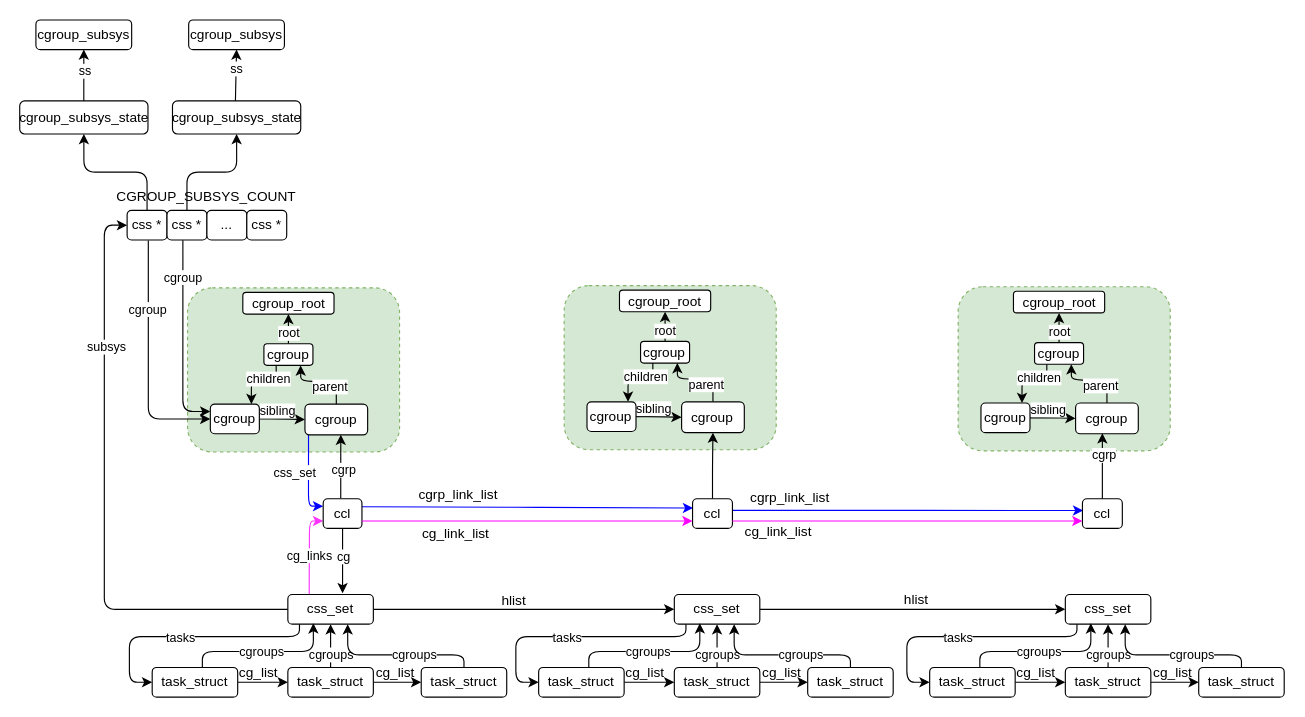
Earlier version of the draw.io diagram cgroup.drawio (jasonactions/graph). Source tidied: cells renumbered, new cells numbered last; positions are measured from the earlier drawing's top-left corner, leaving out a move shared by most shapes. Both pictures are drawn from the tidied source at 114%, with x=0, y=0 at pixel (19, 19).
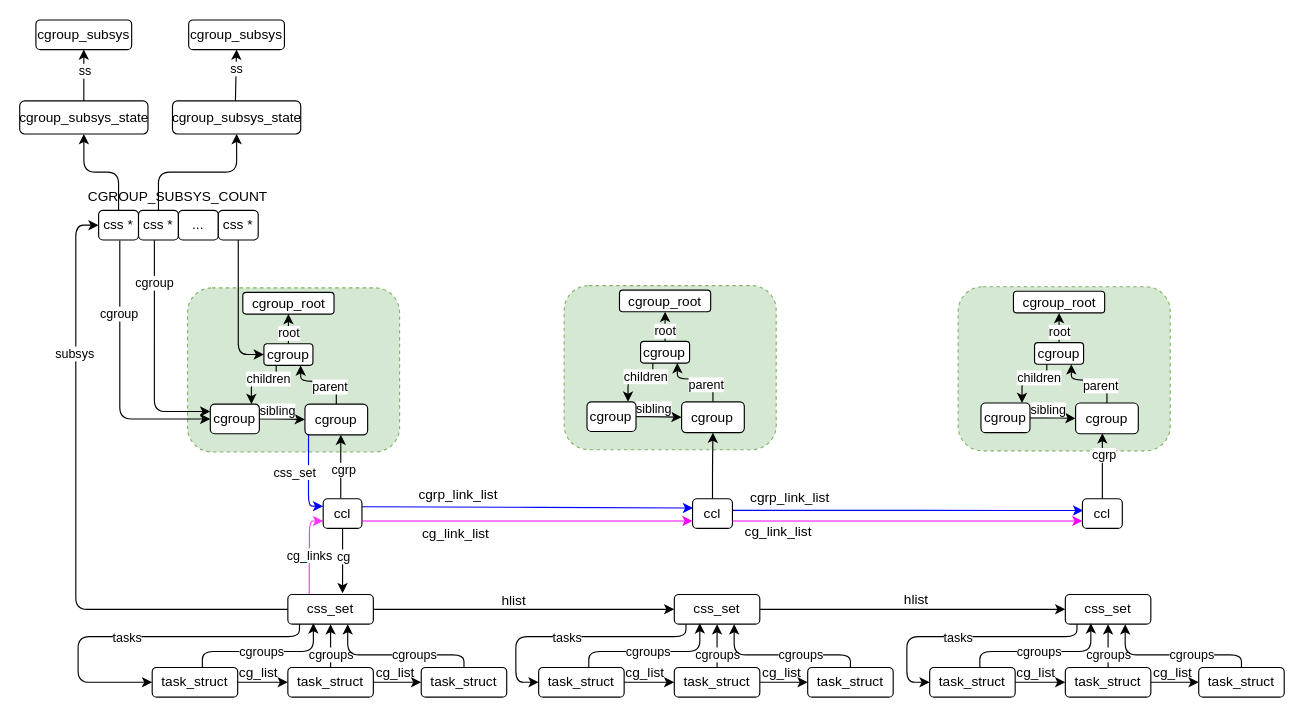
The same diagram, later.

The change refers to these unchanged cells:
```xml
<mxCell id="5" value="task_struct" style="rounded=1;whiteSpace=wrap;html=1;" parent="1" vertex="1">
  <mxGeometry x="116" y="568" width="75" height="26" as="geometry" />
</mxCell>
<mxCell id="17" value="css_set" style="rounded=1;whiteSpace=wrap;html=1;" parent="1" vertex="1">
  <mxGeometry x="235" y="504" width="75" height="26" as="geometry" />
</mxCell>
<mxCell id="40" value="cgroup" style="rounded=1;whiteSpace=wrap;html=1;" parent="1" vertex="1">
  <mxGeometry x="167" y="337" width="43" height="26" as="geometry" />
</mxCell>
<mxCell id="45" value="cgroup" style="rounded=1;whiteSpace=wrap;html=1;" parent="1" vertex="1">
  <mxGeometry x="214" y="284" width="43" height="19" as="geometry" />
</mxCell>
```

Change to the diagram source:
```diff
@@
     <mxCell id="11" style="edgeStyle=orthogonalEdgeStyle;rounded=1;jettySize=auto;html=1;entryX=0;entryY=0.5;entryDx=0;entryDy=0;exitX=0.136;exitY=0.975;exitDx=0;exitDy=0;exitPerimeter=0;" parent="1" edge="1" source="17" target="5">
       <mxGeometry relative="1" as="geometry">
         <Array as="points">
           <mxPoint x="245" y="541" />
-          <mxPoint x="96" y="541" />
-          <mxPoint x="96" y="581" />
+          <mxPoint x="51" y="541" />
+          <mxPoint x="51" y="581" />
         </Array>
       </mxGeometry>
     </mxCell>
@@
     <mxCell id="24" style="edgeStyle=orthogonalEdgeStyle;rounded=1;jettySize=auto;html=1;entryX=0;entryY=0.5;entryDx=0;entryDy=0;exitX=0.531;exitY=1.02;exitDx=0;exitDy=0;exitPerimeter=0;" parent="1" edge="1" source="27" target="40">
       <mxGeometry relative="1" as="geometry">
         <Array as="points">
-          <mxPoint x="113" y="350" />
+          <mxPoint x="88" y="350" />
         </Array>
       </mxGeometry>
     </mxCell>
@@
     <mxCell id="27" value="css *" style="rounded=1;whiteSpace=wrap;html=1;" parent="1" vertex="1">
-      <mxGeometry x="94" y="167" width="35" height="26" as="geometry" />
+      <mxGeometry x="69" y="167" width="35" height="26" as="geometry" />
     </mxCell>
@@
     <mxCell id="30" value="css *" style="rounded=1;whiteSpace=wrap;html=1;" parent="1" vertex="1">
-      <mxGeometry x="129" y="167" width="35" height="26" as="geometry" />
+      <mxGeometry x="104" y="167" width="35" height="26" as="geometry" />
     </mxCell>
     <mxCell id="31" value="..." style="rounded=1;whiteSpace=wrap;html=1;" parent="1" vertex="1">
-      <mxGeometry x="164" y="167" width="35" height="26" as="geometry" />
+      <mxGeometry x="139" y="167" width="35" height="26" as="geometry" />
     </mxCell>
+    <mxCell id="136" style="edgeStyle=orthogonalEdgeStyle;rounded=1;jettySize=auto;html=1;entryX=0;entryY=0.5;entryDx=0;entryDy=0;curved=0;" parent="1" edge="1" source="32" target="45">
+      <mxGeometry relative="1" as="geometry">
+        <Array as="points">
+          <mxPoint x="192" y="294" />
+        </Array>
+      </mxGeometry>
+    </mxCell>
     <mxCell id="32" value="css *" style="rounded=1;whiteSpace=wrap;html=1;" parent="1" vertex="1">
-      <mxGeometry x="199" y="167" width="35" height="26" as="geometry" />
+      <mxGeometry x="174" y="167" width="35" height="26" as="geometry" />
     </mxCell>
@@
     <mxCell id="47" value="subsys" style="edgeLabel;html=1;align=center;verticalAlign=middle;rounded=1;" parent="1" vertex="1">
-      <mxGeometry x="202.5" y="232" as="geometry">
+      <mxGeometry x="174" y="238" as="geometry">
         <mxPoint x="-127" y="54" as="offset" />
       </mxGeometry>
     </mxCell>
@@
     <mxCell id="64" value="CGROUP_SUBSYS_COUNT" style="text;whiteSpace=wrap;rounded=1;" parent="1" vertex="1">
-      <mxGeometry x="83" y="141" width="152.5" height="26" as="geometry" />
+      <mxGeometry x="58" y="141" width="152.5" height="26" as="geometry" />
     </mxCell>
```
